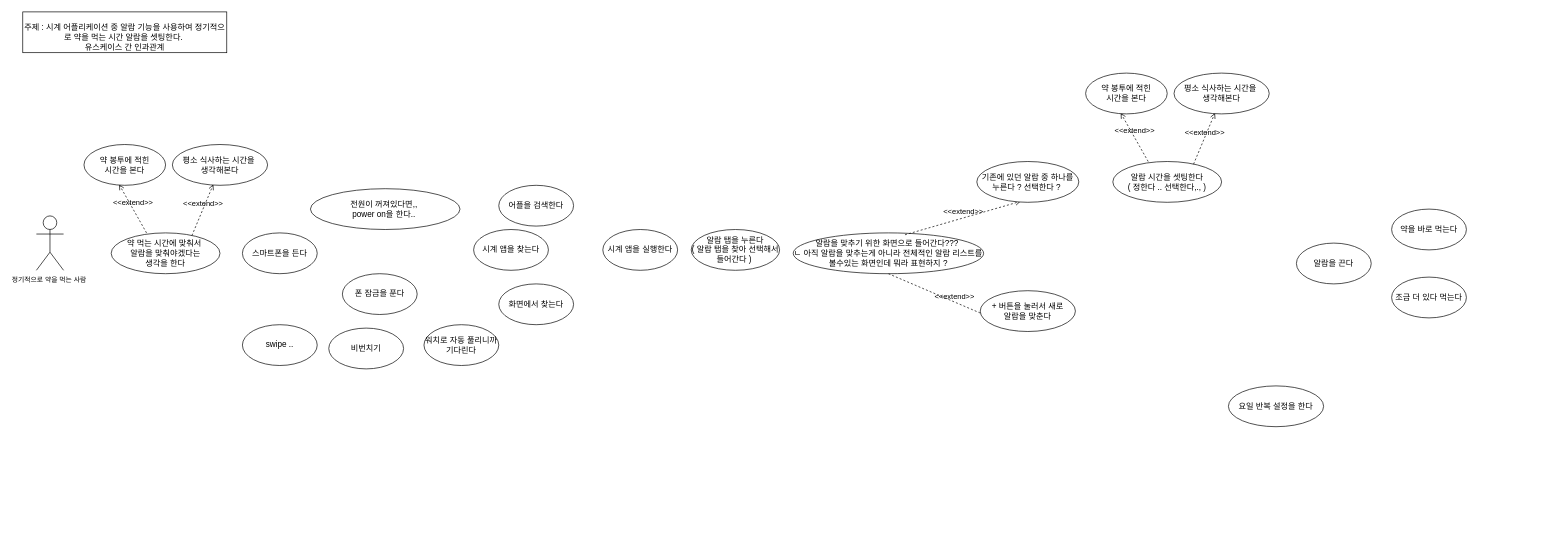
This is usecase_diagram/alarm_application(0829).drawio from Jin-bright/diagram_study, a draw.io file, before an edit. Source tidied: cells renumbered, new cells numbered last; positions are measured from the earlier drawing's top-left corner, leaving out a move shared by most shapes. Both pictures are drawn from the tidied source at 68%, with x=0, y=0 at pixel (22, 12).
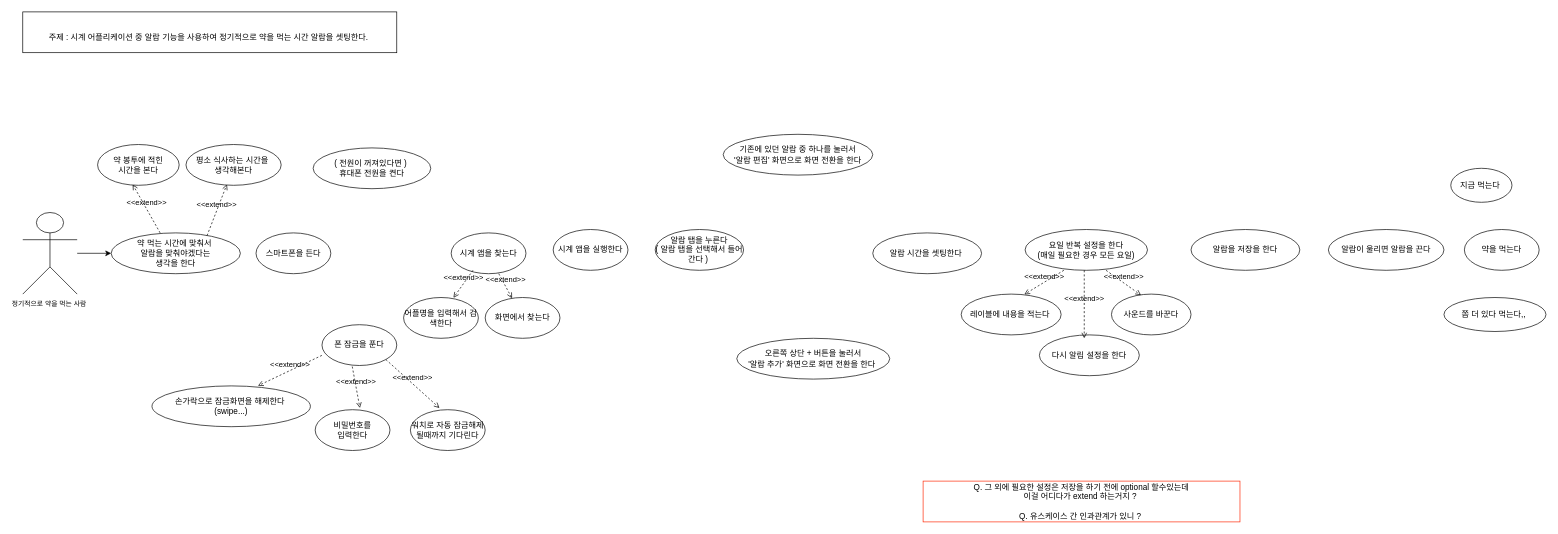
After the change.

The edit, as a diff of the source:
```diff
@@
+    <mxCell id="34" style="edgeStyle=orthogonalEdgeStyle;rounded=0;jettySize=auto;html=1;" parent="1" edge="1" source="2" target="29">
+      <mxGeometry relative="1" as="geometry" />
+    </mxCell>
     <mxCell id="2" value="&lt;font style=&quot;font-size: 10px;&quot;&gt;정기적으로 약을 먹는 사람&amp;nbsp;&lt;/font&gt;" style="shape=umlActor;verticalLabelPosition=bottom;verticalAlign=top;html=1;outlineConnect=0;" parent="1" vertex="1">
-      <mxGeometry x="20" y="300" width="40" height="80" as="geometry" />
+      <mxGeometry y="295" width="80" height="120" as="geometry" />
     </mxCell>
     <mxCell id="3" value="스마트폰을 든다" style="ellipse;whiteSpace=wrap;html=1;" parent="1" vertex="1">
-      <mxGeometry x="323" y="325" width="110" height="60" as="geometry" />
+      <mxGeometry x="343" y="325" width="110" height="60" as="geometry" />
     </mxCell>
     <mxCell id="4" value="시계 앱을 실행한다" style="ellipse;whiteSpace=wrap;html=1;" parent="1" vertex="1">
-      <mxGeometry x="853" y="320" width="110" height="60" as="geometry" />
+      <mxGeometry x="780" y="320" width="110" height="60" as="geometry" />
     </mxCell>
-    <mxCell id="5" value="알람 탭을 누른다&lt;br&gt;( 알람 탭을 찾아 선택해서 들어간다 )&amp;nbsp;" style="ellipse;whiteSpace=wrap;html=1;" parent="1" vertex="1">
-      <mxGeometry x="983" y="320" width="130" height="60" as="geometry" />
+    <mxCell id="5" value="알람 탭을 누른다&lt;br&gt;( 알람 탭을 선택해서 들어간다 )&amp;nbsp;" style="ellipse;whiteSpace=wrap;html=1;" parent="1" vertex="1">
+      <mxGeometry x="930" y="320" width="130" height="60" as="geometry" />
     </mxCell>
-    <mxCell id="6" value="알람 시간을 셋팅한다&lt;br&gt;( 정한다 .. 선택한다,., )" style="ellipse;whiteSpace=wrap;html=1;" parent="1" vertex="1">
-      <mxGeometry x="1603" y="220" width="160" height="60" as="geometry" />
-    </mxCell>
-    <mxCell id="7" value="&amp;lt;&amp;lt;extend&amp;gt;&amp;gt;" style="html=1;verticalAlign=bottom;labelBackgroundColor=none;endArrow=open;endFill=0;dashed=1;rounded=0;entryX=0.43;entryY=0.977;entryDx=0;entryDy=0;entryPerimeter=0;" parent="1" edge="1" target="8">
-      <mxGeometry relative="1" as="geometry">
-        <mxPoint x="1655" y="220" as="sourcePoint" />
-      </mxGeometry>
-    </mxCell>
-    <mxCell id="8" value="약 봉투에 적힌&lt;br&gt;시간을 본다" style="ellipse;whiteSpace=wrap;html=1;" parent="1" vertex="1">
-      <mxGeometry x="1563" y="90" width="120" height="60" as="geometry" />
-    </mxCell>
-    <mxCell id="9" value="&amp;lt;&amp;lt;extend&amp;gt;&amp;gt;" style="html=1;verticalAlign=bottom;labelBackgroundColor=none;endArrow=open;endFill=0;dashed=1;rounded=0;entryX=0.43;entryY=0.977;entryDx=0;entryDy=0;entryPerimeter=0;exitX=0.742;exitY=0.066;exitDx=0;exitDy=0;exitPerimeter=0;" parent="1" edge="1" source="6" target="10">
-      <mxGeometry relative="1" as="geometry" />
-    </mxCell>
-    <mxCell id="10" value="평소 식사하는 시간을&amp;nbsp;&lt;br&gt;생각해본다" style="ellipse;whiteSpace=wrap;html=1;" parent="1" vertex="1">
-      <mxGeometry x="1693" y="90" width="140" height="60" as="geometry" />
-    </mxCell>
-    <mxCell id="11" value="알람을 맞추기 위한 화면으로 들어간다???&amp;nbsp;&lt;br&gt;ㄴ 아직 알람을 맞추는게 아니라 전체적인 알람 리스트를 볼수있는 화면인데 뭐라 표현하지 ?" style="ellipse;whiteSpace=wrap;html=1;" parent="1" vertex="1">
-      <mxGeometry x="1133" y="325" width="280" height="60" as="geometry" />
-    </mxCell>
-    <mxCell id="12" value="&amp;lt;&amp;lt;extend&amp;gt;&amp;gt;" style="html=1;verticalAlign=bottom;labelBackgroundColor=none;endArrow=open;endFill=0;dashed=1;rounded=0;entryX=0.43;entryY=0.977;entryDx=0;entryDy=0;entryPerimeter=0;exitX=0.587;exitY=0.046;exitDx=0;exitDy=0;exitPerimeter=0;" parent="1" edge="1" source="11" target="13">
-      <mxGeometry relative="1" as="geometry" />
-    </mxCell>
-    <mxCell id="13" value="기존에 있던 알람 중 하나를 누른다 ? 선택한다 ?&amp;nbsp;" style="ellipse;whiteSpace=wrap;html=1;" parent="1" vertex="1">
-      <mxGeometry x="1403" y="220" width="150" height="60" as="geometry" />
+    <mxCell id="13" value="기존에 있던 알람 중 하나를 눌러서 &lt;br&gt;'알람 편집'&amp;nbsp;화면으로 화면 전환을 한다" style="ellipse;whiteSpace=wrap;html=1;" parent="1" vertex="1">
+      <mxGeometry x="1030" y="180" width="220" height="60" as="geometry" />
     </mxCell>
-    <mxCell id="14" value="&amp;lt;&amp;lt;extend&amp;gt;&amp;gt;" style="html=1;verticalAlign=bottom;labelBackgroundColor=none;endArrow=open;endFill=0;dashed=1;rounded=0;entryX=0.43;entryY=0.977;entryDx=0;entryDy=0;entryPerimeter=0;exitX=0.5;exitY=1;exitDx=0;exitDy=0;" parent="1" edge="1" source="11" target="15">
-      <mxGeometry relative="1" as="geometry" />
-    </mxCell>
-    <mxCell id="15" value="+ 버튼을 눌러서 새로&lt;br&gt;알람을 맞춘다" style="ellipse;whiteSpace=wrap;html=1;" parent="1" vertex="1">
-      <mxGeometry x="1408" y="410" width="140" height="60" as="geometry" />
+    <mxCell id="15" value="오른쪽 상단 + 버튼을 눌러서 &lt;br&gt;'알람 추가' 화면으로 화면 전환을 한다&amp;nbsp;" style="ellipse;whiteSpace=wrap;html=1;" parent="1" vertex="1">
+      <mxGeometry x="1050" y="480" width="225" height="60" as="geometry" />
     </mxCell>
-    <mxCell id="16" value="요일 반복 설정을 한다" style="ellipse;whiteSpace=wrap;html=1;" parent="1" vertex="1">
-      <mxGeometry x="1773" y="550" width="140" height="60" as="geometry" />
-    </mxCell>
-    <mxCell id="17" value="알람을 끈다" style="ellipse;whiteSpace=wrap;html=1;" parent="1" vertex="1">
-      <mxGeometry x="1873" y="340" width="110" height="60" as="geometry" />
+    <mxCell id="17" value="알람이 울리면 알람을 끈다" style="ellipse;whiteSpace=wrap;html=1;" parent="1" vertex="1">
+      <mxGeometry x="1920" y="320" width="170" height="60" as="geometry" />
     </mxCell>
-    <mxCell id="18" value="약을 바로 먹는다" style="ellipse;whiteSpace=wrap;html=1;" parent="1" vertex="1">
-      <mxGeometry x="2013" y="290" width="110" height="60" as="geometry" />
+    <mxCell id="18" value="약을 먹는다" style="ellipse;whiteSpace=wrap;html=1;" parent="1" vertex="1">
+      <mxGeometry x="2120" y="320" width="110" height="60" as="geometry" />
     </mxCell>
-    <mxCell id="19" value="조금 더 있다 먹는다" style="ellipse;whiteSpace=wrap;html=1;" parent="1" vertex="1">
-      <mxGeometry x="2013" y="390" width="110" height="60" as="geometry" />
+    <mxCell id="19" value="지금 먹는다&amp;nbsp;" style="ellipse;whiteSpace=wrap;html=1;" parent="1" vertex="1">
+      <mxGeometry x="2100" y="230" width="90" height="50" as="geometry" />
     </mxCell>
-    <mxCell id="20" value="&lt;br&gt;주제 : 시계 어플리케이션 중 알람 기능을 사용하여 정기적으로 약을 먹는 시간 알람을 셋팅한다.&amp;nbsp;&lt;br&gt;유스케이스 간 인과관계" style="rounded=0;whiteSpace=wrap;html=1;" parent="1" vertex="1">
-      <mxGeometry width="300" height="60" as="geometry" />
+    <mxCell id="20" value="&lt;br&gt;주제 : 시계 어플리케이션 중 알람 기능을 사용하여 정기적으로 약을 먹는 시간 알람을 셋팅한다.&amp;nbsp;&lt;br&gt;" style="rounded=0;whiteSpace=wrap;html=1;" parent="1" vertex="1">
+      <mxGeometry width="550" height="60" as="geometry" />
     </mxCell>
     <mxCell id="21" value="폰 잠금을 푼다" style="ellipse;whiteSpace=wrap;html=1;" parent="1" vertex="1">
-      <mxGeometry x="470" y="385" width="110" height="60" as="geometry" />
+      <mxGeometry x="440" y="460" width="110" height="60" as="geometry" />
     </mxCell>
-    <mxCell id="22" value="전원이 꺼져있다면,,&amp;nbsp;&lt;br&gt;power on을 한다..&amp;nbsp;" style="ellipse;whiteSpace=wrap;html=1;" parent="1" vertex="1">
-      <mxGeometry x="423" y="260" width="220" height="60" as="geometry" />
+    <mxCell id="22" value="( 전원이 꺼져있다면 )&amp;nbsp;&lt;br&gt;휴대폰 전원을 켠다" style="ellipse;whiteSpace=wrap;html=1;" parent="1" vertex="1">
+      <mxGeometry x="427" y="200" width="173" height="60" as="geometry" />
     </mxCell>
     <mxCell id="23" value="시계 앱을 찾는다" style="ellipse;whiteSpace=wrap;html=1;" parent="1" vertex="1">
-      <mxGeometry x="663" y="320" width="110" height="60" as="geometry" />
+      <mxGeometry x="630" y="325" width="110" height="60" as="geometry" />
     </mxCell>
-    <mxCell id="24" value="swipe .." style="ellipse;whiteSpace=wrap;html=1;" parent="1" vertex="1">
-      <mxGeometry x="323" y="460" width="110" height="60" as="geometry" />
+    <mxCell id="24" value="손가락으로 잠금화면을 해제한다&amp;nbsp;&lt;br&gt;(swipe...)" style="ellipse;whiteSpace=wrap;html=1;" parent="1" vertex="1">
+      <mxGeometry x="190" y="550" width="233" height="60" as="geometry" />
     </mxCell>
-    <mxCell id="25" value="비번치기" style="ellipse;whiteSpace=wrap;html=1;" parent="1" vertex="1">
-      <mxGeometry x="450" y="465" width="110" height="60" as="geometry" />
+    <mxCell id="25" value="비밀번호를 &lt;br&gt;입력한다" style="ellipse;whiteSpace=wrap;html=1;" parent="1" vertex="1">
+      <mxGeometry x="430" y="585" width="110" height="60" as="geometry" />
     </mxCell>
-    <mxCell id="26" value="워치로 자동 풀리니까 기다린다" style="ellipse;whiteSpace=wrap;html=1;" parent="1" vertex="1">
-      <mxGeometry x="590" y="460" width="110" height="60" as="geometry" />
+    <mxCell id="26" value="워치로 자동 잠금해제 될때까지 기다린다" style="ellipse;whiteSpace=wrap;html=1;" parent="1" vertex="1">
+      <mxGeometry x="570" y="585" width="110" height="60" as="geometry" />
     </mxCell>
     <mxCell id="27" value="화면에서 찾는다" style="ellipse;whiteSpace=wrap;html=1;" parent="1" vertex="1">
-      <mxGeometry x="700" y="400" width="110" height="60" as="geometry" />
+      <mxGeometry x="680" y="420" width="110" height="60" as="geometry" />
     </mxCell>
-    <mxCell id="28" value="어플을 검색한다" style="ellipse;whiteSpace=wrap;html=1;" parent="1" vertex="1">
-      <mxGeometry x="700" y="255" width="110" height="60" as="geometry" />
+    <mxCell id="28" value="어플명을 입력해서 검색한다" style="ellipse;whiteSpace=wrap;html=1;" parent="1" vertex="1">
+      <mxGeometry x="560" y="420" width="110" height="60" as="geometry" />
     </mxCell>
     <mxCell id="29" value="약 먹는 시간에 맞춰서&amp;nbsp;&lt;br&gt;알람을 맞춰야겠다는&lt;br&gt;생각을 한다" style="ellipse;whiteSpace=wrap;html=1;" parent="1" vertex="1">
-      <mxGeometry x="130" y="325" width="160" height="60" as="geometry" />
+      <mxGeometry x="130" y="325" width="190" height="60" as="geometry" />
     </mxCell>
     <mxCell id="30" value="&amp;lt;&amp;lt;extend&amp;gt;&amp;gt;" style="html=1;verticalAlign=bottom;labelBackgroundColor=none;endArrow=open;endFill=0;dashed=1;rounded=0;entryX=0.43;entryY=0.977;entryDx=0;entryDy=0;entryPerimeter=0;" parent="1" edge="1" target="31">
       <mxGeometry relative="1" as="geometry">
-        <mxPoint x="182" y="325" as="sourcePoint" />
+        <mxPoint x="202" y="325" as="sourcePoint" />
       </mxGeometry>
     </mxCell>
     <mxCell id="31" value="약 봉투에 적힌&lt;br&gt;시간을 본다" style="ellipse;whiteSpace=wrap;html=1;" parent="1" vertex="1">
-      <mxGeometry x="90" y="195" width="120" height="60" as="geometry" />
+      <mxGeometry x="110" y="195" width="120" height="60" as="geometry" />
     </mxCell>
@@
     <mxCell id="33" value="평소 식사하는 시간을&amp;nbsp;&lt;br&gt;생각해본다" style="ellipse;whiteSpace=wrap;html=1;" parent="1" vertex="1">
-      <mxGeometry x="220" y="195" width="140" height="60" as="geometry" />
+      <mxGeometry x="240" y="195" width="140" height="60" as="geometry" />
     </mxCell>
+    <mxCell id="35" value="알람 시간을 셋팅한다&amp;nbsp;" style="ellipse;whiteSpace=wrap;html=1;" parent="1" vertex="1">
+      <mxGeometry x="1250" y="325" width="160" height="60" as="geometry" />
+    </mxCell>
+    <mxCell id="36" value="알람을 저장을 한다" style="ellipse;whiteSpace=wrap;html=1;" parent="1" vertex="1">
+      <mxGeometry x="1718" y="320" width="160" height="60" as="geometry" />
+    </mxCell>
+    <mxCell id="37" value="요일 반복 설정을 한다&lt;br&gt;(매일 필요한 경우 모든 요일)" style="ellipse;whiteSpace=wrap;html=1;" parent="1" vertex="1">
+      <mxGeometry x="1474" y="320" width="180" height="60" as="geometry" />
+    </mxCell>
+    <mxCell id="38" value="레이블에 내용을 적는다&amp;nbsp;" style="ellipse;whiteSpace=wrap;html=1;" parent="1" vertex="1">
+      <mxGeometry x="1380" y="415" width="147" height="60" as="geometry" />
+    </mxCell>
+    <mxCell id="39" value="Q. 그 외에 필요한 설정은 저장을 하기 전에 optional 할수있는데 &lt;br&gt;이걸 어디다가 extend 하는거지 ?&amp;nbsp;&lt;br&gt;&lt;br&gt;Q. 유스케이스 간 인과관계가 있니 ?&amp;nbsp;" style="rounded=0;whiteSpace=wrap;html=1;strokeColor=#FF2908;" parent="1" vertex="1">
+      <mxGeometry x="1324" y="690" width="466" height="60" as="geometry" />
+    </mxCell>
+    <mxCell id="40" value="사운드를 바꾼다" style="ellipse;whiteSpace=wrap;html=1;" parent="1" vertex="1">
+      <mxGeometry x="1601" y="415" width="117" height="60" as="geometry" />
+    </mxCell>
+    <mxCell id="41" value="다시 알림 설정을 한다" style="ellipse;whiteSpace=wrap;html=1;" parent="1" vertex="1">
+      <mxGeometry x="1495" y="475" width="147" height="60" as="geometry" />
+    </mxCell>
+    <mxCell id="42" value="&amp;lt;&amp;lt;extend&amp;gt;&amp;gt;" style="html=1;verticalAlign=bottom;labelBackgroundColor=none;endArrow=open;endFill=0;dashed=1;rounded=0;entryX=0.371;entryY=0.026;entryDx=0;entryDy=0;entryPerimeter=0;exitX=0.742;exitY=0.066;exitDx=0;exitDy=0;exitPerimeter=0;" parent="1" edge="1" target="40">
+      <mxGeometry relative="1" as="geometry">
+        <mxPoint x="1593" y="380" as="sourcePoint" />
+      </mxGeometry>
+    </mxCell>
+    <mxCell id="43" value="&amp;lt;&amp;lt;extend&amp;gt;&amp;gt;" style="html=1;verticalAlign=bottom;labelBackgroundColor=none;endArrow=open;endFill=0;dashed=1;rounded=0;entryX=0.632;entryY=0.007;entryDx=0;entryDy=0;entryPerimeter=0;" parent="1" edge="1" target="38">
+      <mxGeometry relative="1" as="geometry">
+        <mxPoint x="1531" y="380" as="sourcePoint" />
+      </mxGeometry>
+    </mxCell>
+    <mxCell id="44" value="&amp;lt;&amp;lt;extend&amp;gt;&amp;gt;" style="html=1;verticalAlign=bottom;labelBackgroundColor=none;endArrow=open;endFill=0;dashed=1;rounded=0;entryX=0.449;entryY=0.083;entryDx=0;entryDy=0;entryPerimeter=0;exitX=0.742;exitY=0.066;exitDx=0;exitDy=0;exitPerimeter=0;" parent="1" edge="1" target="41">
+      <mxGeometry relative="1" as="geometry">
+        <mxPoint x="1561" y="380" as="sourcePoint" />
+      </mxGeometry>
+    </mxCell>
+    <mxCell id="45" value="쫌 더 있다 먹는다,,&amp;nbsp;" style="ellipse;whiteSpace=wrap;html=1;" parent="1" vertex="1">
+      <mxGeometry x="2090" y="420" width="150" height="50" as="geometry" />
+    </mxCell>
+    <mxCell id="46" value="&amp;lt;&amp;lt;extend&amp;gt;&amp;gt;" style="html=1;verticalAlign=bottom;labelBackgroundColor=none;endArrow=open;endFill=0;dashed=1;rounded=0;entryX=0.669;entryY=-0.003;entryDx=0;entryDy=0;entryPerimeter=0;exitX=-0.001;exitY=0.752;exitDx=0;exitDy=0;exitPerimeter=0;" parent="1" edge="1" source="21" target="24">
+      <mxGeometry relative="1" as="geometry" />
+    </mxCell>
+    <mxCell id="47" value="&amp;lt;&amp;lt;extend&amp;gt;&amp;gt;" style="html=1;verticalAlign=bottom;labelBackgroundColor=none;endArrow=open;endFill=0;dashed=1;rounded=0;entryX=0.598;entryY=-0.042;entryDx=0;entryDy=0;entryPerimeter=0;exitX=0.405;exitY=1.026;exitDx=0;exitDy=0;exitPerimeter=0;" parent="1" edge="1" source="21" target="25">
+      <mxGeometry relative="1" as="geometry" />
+    </mxCell>
+    <mxCell id="48" value="&amp;lt;&amp;lt;extend&amp;gt;&amp;gt;" style="html=1;verticalAlign=bottom;labelBackgroundColor=none;endArrow=open;endFill=0;dashed=1;rounded=0;entryX=0.389;entryY=-0.042;entryDx=0;entryDy=0;exitX=1;exitY=1;exitDx=0;exitDy=0;entryPerimeter=0;" parent="1" edge="1" source="21" target="26">
+      <mxGeometry relative="1" as="geometry" />
+    </mxCell>
+    <mxCell id="49" value="&amp;lt;&amp;lt;extend&amp;gt;&amp;gt;" style="html=1;verticalAlign=bottom;labelBackgroundColor=none;endArrow=open;endFill=0;dashed=1;rounded=0;entryX=0.667;entryY=0.007;entryDx=0;entryDy=0;entryPerimeter=0;exitX=-0.001;exitY=0.752;exitDx=0;exitDy=0;exitPerimeter=0;" parent="1" edge="1" target="28">
+      <mxGeometry relative="1" as="geometry">
+        <mxPoint x="662" y="380" as="sourcePoint" />
+      </mxGeometry>
+    </mxCell>
+    <mxCell id="50" value="&amp;lt;&amp;lt;extend&amp;gt;&amp;gt;" style="html=1;verticalAlign=bottom;labelBackgroundColor=none;endArrow=open;endFill=0;dashed=1;rounded=0;exitX=1;exitY=1;exitDx=0;exitDy=0;" parent="1" edge="1" target="27">
+      <mxGeometry relative="1" as="geometry">
+        <mxPoint x="700" y="385" as="sourcePoint" />
+      </mxGeometry>
+    </mxCell>
```
